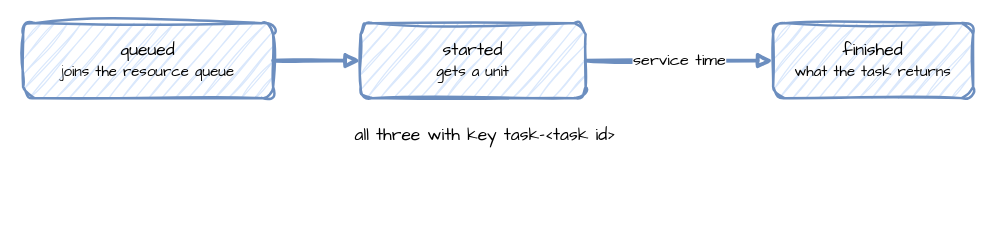
The draw.io diagram docs/assets/diagrams/task-events.drawio in jaehyeon-kim/desflow, before the edit. Source tidied: cells renumbered, new cells numbered last; positions are measured from the earlier drawing's top-left corner, leaving out a move shared by most shapes. Both pictures are drawn from the tidied source at 125%, with x=0, y=0 at pixel (22, 22).
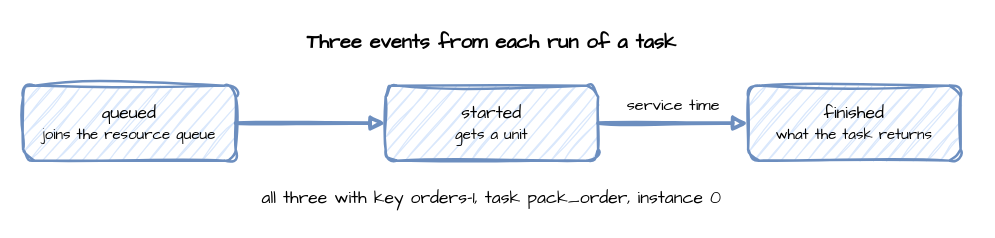
After the change.

What changed in the source:
```diff
@@
 <mxGraphModel>
   <root>
     <mxCell id="0" />
     <mxCell id="1" parent="0" />
+    <mxCell id="8" value="Three events from each run of a task" style="text;html=1;align=center;verticalAlign=middle;whiteSpace=wrap;fontFamily=Comic Sans MS;fontSize=16;fontStyle=1;" parent="1" vertex="1">
+      <mxGeometry width="750" height="30" as="geometry" />
+    </mxCell>
     <mxCell id="2" value="queued&lt;br&gt;&lt;font style='font-size:12px'&gt;joins the resource queue&lt;/font&gt;" style="rounded=1;whiteSpace=wrap;html=1;sketch=1;curveFitting=1;jiggle=2;fontFamily=Comic Sans MS;fontSize=14;fillColor=#dae8fc;strokeColor=#6c8ebf;strokeWidth=2;" parent="1" vertex="1">
-      <mxGeometry width="200" height="60" as="geometry" />
+      <mxGeometry y="50" width="170" height="60" as="geometry" />
     </mxCell>
     <mxCell id="3" value="started&lt;br&gt;&lt;font style='font-size:12px'&gt;gets a unit&lt;/font&gt;" style="rounded=1;whiteSpace=wrap;html=1;sketch=1;curveFitting=1;jiggle=2;fontFamily=Comic Sans MS;fontSize=14;fillColor=#dae8fc;strokeColor=#6c8ebf;strokeWidth=2;" parent="1" vertex="1">
-      <mxGeometry x="270" width="180" height="60" as="geometry" />
+      <mxGeometry x="290" y="50" width="170" height="60" as="geometry" />
     </mxCell>
     <mxCell id="4" value="finished&lt;br&gt;&lt;font style='font-size:12px'&gt;what the task returns&lt;/font&gt;" style="rounded=1;whiteSpace=wrap;html=1;sketch=1;curveFitting=1;jiggle=2;fontFamily=Comic Sans MS;fontSize=14;fillColor=#dae8fc;strokeColor=#6c8ebf;strokeWidth=2;" parent="1" vertex="1">
-      <mxGeometry x="600" width="160" height="60" as="geometry" />
+      <mxGeometry x="580" y="50" width="170" height="60" as="geometry" />
     </mxCell>
     <mxCell id="5" style="edgeStyle=orthogonalEdgeStyle;rounded=0;sketch=1;html=1;strokeWidth=3;endArrow=block;strokeColor=#6c8ebf;fontFamily=Comic Sans MS;fontSize=13;labelBackgroundColor=#ffffff;exitX=1;exitY=0.5;exitDx=0;exitDy=0;entryX=0;entryY=0.5;entryDx=0;entryDy=0;" parent="1" edge="1" source="2" target="3">
       <mxGeometry relative="1" as="geometry" />
     </mxCell>
     <mxCell id="6" value="service time" style="edgeStyle=orthogonalEdgeStyle;rounded=0;sketch=1;html=1;strokeWidth=3;endArrow=block;strokeColor=#6c8ebf;fontFamily=Comic Sans MS;fontSize=13;labelBackgroundColor=#ffffff;exitX=1;exitY=0.5;exitDx=0;exitDy=0;entryX=0;entryY=0.5;entryDx=0;entryDy=0;" parent="1" edge="1" source="3" target="4">
-      <mxGeometry relative="1" as="geometry" />
+      <mxGeometry relative="1" as="geometry">
+        <mxPoint y="-14" as="offset" />
+      </mxGeometry>
     </mxCell>
-    <mxCell id="7" value="all three with key task-&amp;lt;task id&amp;gt;" style="text;html=1;align=center;verticalAlign=middle;whiteSpace=wrap;html=1;sketch=1;curveFitting=1;jiggle=2;fontFamily=Comic Sans MS;fontSize=14;" parent="1" vertex="1">
-      <mxGeometry y="75" width="740" height="30" as="geometry" />
+    <mxCell id="7" value="all three with key orders-1, task pack_order, instance 0" style="text;html=1;align=center;verticalAlign=middle;whiteSpace=wrap;fontFamily=Comic Sans MS;fontSize=14;" parent="1" vertex="1">
+      <mxGeometry y="125" width="750" height="30" as="geometry" />
     </mxCell>
   </root>
 </mxGraphModel>
```
